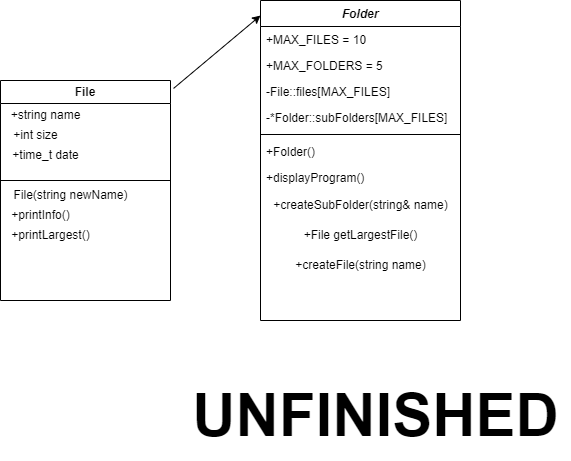
This is Compulsory 3 Diagram.drawio.png from Viiktorh/Compulsory-3, a draw.io export, as it was before one commit. Source tidied: cells renumbered, new cells last; positions are measured from the earlier drawing's top-left corner, leaving out a move shared by most shapes.
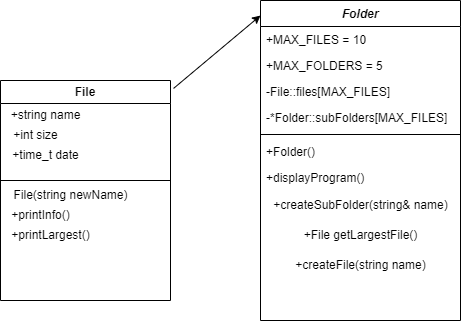
After the change.

The edit, as a diff of the source:
```diff
@@ -62,9 +62,6 @@
     <mxCell id="20" value="+time_t date" style="text;html=1;align=center;verticalAlign=middle;strokeColor=none;fillColor=none;" parent="13" vertex="1">
       <mxGeometry y="60" width="90" height="30" as="geometry" />
     </mxCell>
-    <mxCell id="21" value="&lt;b&gt;&lt;font style=&quot;font-size: 60px;&quot;&gt;UNFINISHED&lt;/font&gt;&lt;/b&gt;" style="text;html=1;align=center;verticalAlign=middle;strokeColor=none;fillColor=none;" parent="1" vertex="1">
-      <mxGeometry x="180" y="370" width="390" height="90" as="geometry" />
-    </mxCell>
     <mxCell id="22" style="edgeStyle=none;jettySize=auto;html=1;rounded=0;exitX=1.018;exitY=0.036;exitDx=0;exitDy=0;exitPerimeter=0;entryX=0;entryY=0.047;entryDx=0;entryDy=0;entryPerimeter=0;" parent="1" edge="1" source="13" target="2">
       <mxGeometry relative="1" as="geometry" />
     </mxCell>
```
